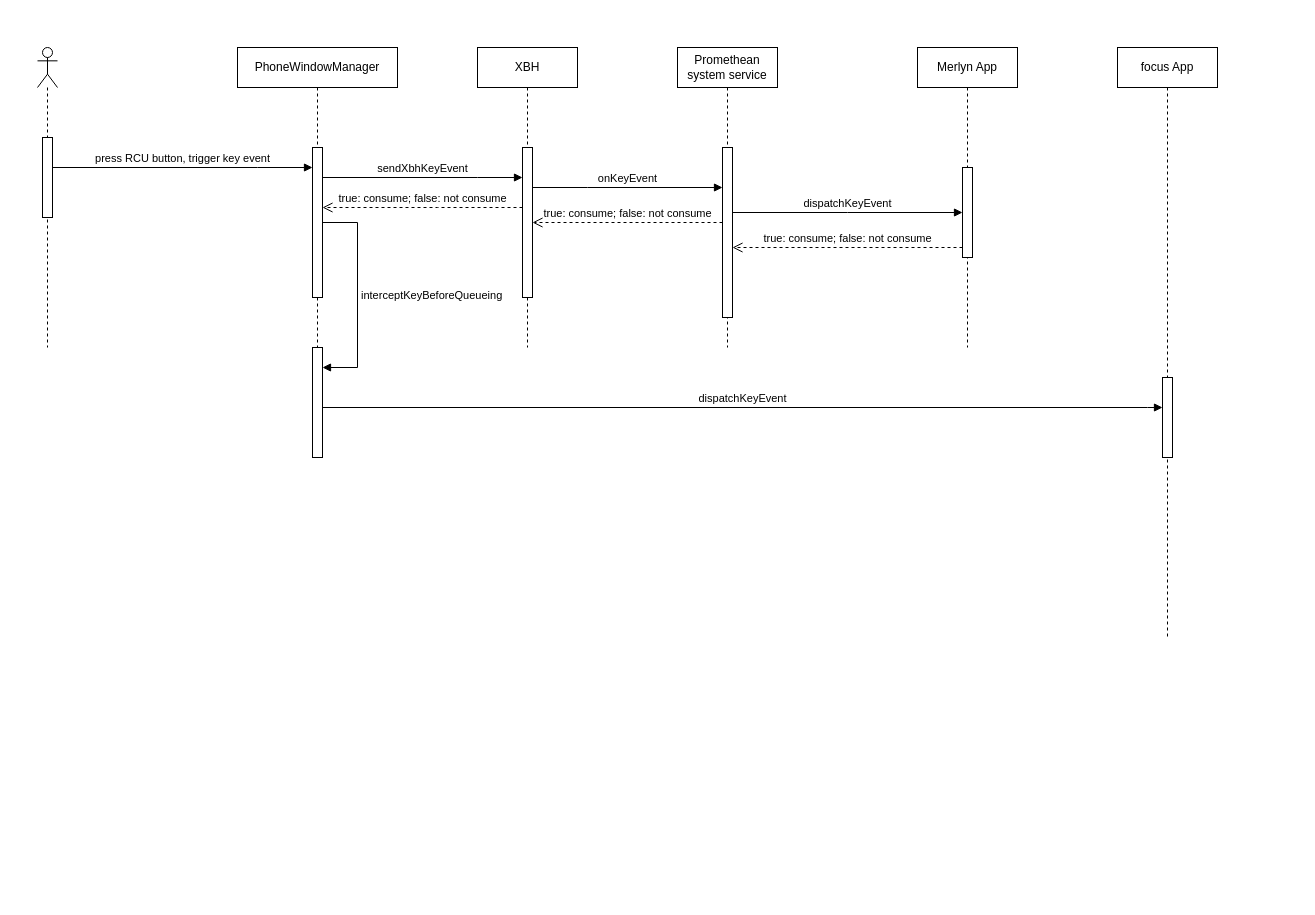
This is prometheanworld_RCU.drawio from windboat/draw.io, a draw.io file, before an edit. Source tidied: cells renumbered, new cells numbered last; positions are measured from the earlier drawing's top-left corner, leaving out a move shared by most shapes. Both pictures are drawn from the tidied source at 100%, with x=0, y=0 at pixel (37, 47).
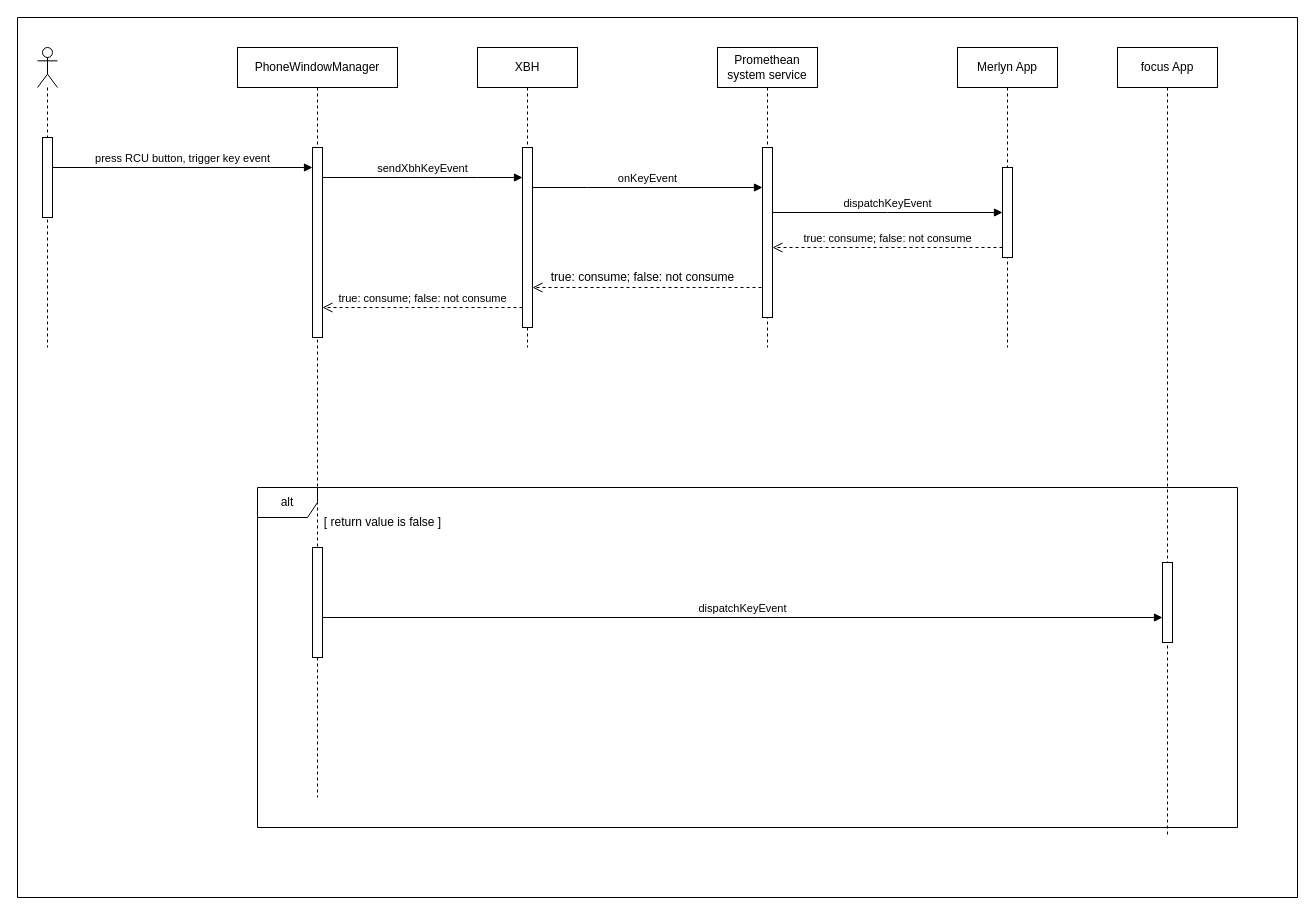
After the change.

The change refers to these unchanged cells:
```xml
<mxCell id="8" value="XBH" style="shape=umlLifeline;perimeter=lifelinePerimeter;whiteSpace=wrap;html=1;newEdgeStyle={&quot;edgeStyle&quot;:&quot;elbowEdgeStyle&quot;,&quot;elbow&quot;:&quot;vertical&quot;,&quot;curved&quot;:0,&quot;rounded&quot;:0};" parent="1" vertex="1">
  <mxGeometry x="440" width="100" height="300" as="geometry" />
</mxCell>
```

Change to the diagram source:
```diff
@@
     <mxCell id="2" value="PhoneWindowManager" style="shape=umlLifeline;perimeter=lifelinePerimeter;whiteSpace=wrap;html=1;newEdgeStyle={&quot;edgeStyle&quot;:&quot;elbowEdgeStyle&quot;,&quot;elbow&quot;:&quot;vertical&quot;,&quot;curved&quot;:0,&quot;rounded&quot;:0};" parent="1" vertex="1">
-      <mxGeometry x="200" width="160" height="300" as="geometry" />
+      <mxGeometry x="200" width="160" height="750" as="geometry" />
     </mxCell>
     <mxCell id="3" style="html=1;points=[];perimeter=orthogonalPerimeter;outlineConnect=0;targetShapes=umlLifeline;portConstraint=eastwest;newEdgeStyle={&quot;edgeStyle&quot;:&quot;elbowEdgeStyle&quot;,&quot;elbow&quot;:&quot;vertical&quot;,&quot;curved&quot;:0,&quot;rounded&quot;:0};" parent="2" vertex="1">
-      <mxGeometry x="75" y="100" width="10" height="150" as="geometry" />
+      <mxGeometry x="75" y="100" width="10" height="190" as="geometry" />
     </mxCell>
@@
     <mxCell id="9" style="html=1;points=[];perimeter=orthogonalPerimeter;outlineConnect=0;targetShapes=umlLifeline;portConstraint=eastwest;newEdgeStyle={&quot;edgeStyle&quot;:&quot;elbowEdgeStyle&quot;,&quot;elbow&quot;:&quot;vertical&quot;,&quot;curved&quot;:0,&quot;rounded&quot;:0};" parent="8" vertex="1">
-      <mxGeometry x="45" y="100" width="10" height="150" as="geometry" />
+      <mxGeometry x="45" y="100" width="10" height="180" as="geometry" />
     </mxCell>
@@
     <mxCell id="11" value="true: consume; false: not consume" style="html=1;verticalAlign=bottom;endArrow=open;dashed=1;endSize=8;edgeStyle=elbowEdgeStyle;elbow=vertical;curved=0;rounded=0;" parent="1" edge="1" source="9" target="3">
       <mxGeometry relative="1" as="geometry">
         <Array as="points">
+          <mxPoint x="390" y="260" />
+          <mxPoint x="370" y="230" />
           <mxPoint x="400" y="160" />
         </Array>
       </mxGeometry>
     </mxCell>
     <mxCell id="12" style="html=1;points=[];perimeter=orthogonalPerimeter;outlineConnect=0;targetShapes=umlLifeline;portConstraint=eastwest;newEdgeStyle={&quot;edgeStyle&quot;:&quot;elbowEdgeStyle&quot;,&quot;elbow&quot;:&quot;vertical&quot;,&quot;curved&quot;:0,&quot;rounded&quot;:0};" parent="1" vertex="1">
-      <mxGeometry x="275" y="300" width="10" height="110" as="geometry" />
+      <mxGeometry x="275" y="500" width="10" height="110" as="geometry" />
     </mxCell>
-    <mxCell id="13" value="interceptKeyBeforeQueueing" style="html=1;align=left;spacingLeft=2;endArrow=block;rounded=0;edgeStyle=orthogonalEdgeStyle;curved=0;rounded=0;" parent="1" edge="1" source="3" target="12">
-      <mxGeometry relative="1" as="geometry">
-        <Array as="points">
-          <mxPoint x="320" y="175" />
-          <mxPoint x="320" y="320" />
-        </Array>
-      </mxGeometry>
-    </mxCell>
     <mxCell id="14" value="Promethean system service" style="shape=umlLifeline;perimeter=lifelinePerimeter;whiteSpace=wrap;html=1;newEdgeStyle={&quot;edgeStyle&quot;:&quot;elbowEdgeStyle&quot;,&quot;elbow&quot;:&quot;vertical&quot;,&quot;curved&quot;:0,&quot;rounded&quot;:0};" parent="1" vertex="1">
-      <mxGeometry x="640" width="100" height="300" as="geometry" />
+      <mxGeometry x="680" width="100" height="300" as="geometry" />
     </mxCell>
@@
-    <mxCell id="16" value="true: consume; false: not consume" style="html=1;verticalAlign=bottom;endArrow=open;dashed=1;endSize=8;edgeStyle=elbowEdgeStyle;elbow=vertical;curved=0;rounded=0;" parent="14" edge="1" target="9">
+    <mxCell id="16" style="html=1;verticalAlign=bottom;endArrow=open;dashed=1;endSize=8;edgeStyle=elbowEdgeStyle;elbow=vertical;curved=0;rounded=0;" parent="14" edge="1" target="9">
       <mxGeometry relative="1" as="geometry">
         <mxPoint x="45" y="175" as="sourcePoint" />
+        <Array as="points">
+          <mxPoint x="-60" y="240" />
+          <mxPoint x="-60" y="210" />
+        </Array>
       </mxGeometry>
     </mxCell>
@@
     <mxCell id="18" value="Merlyn App" style="shape=umlLifeline;perimeter=lifelinePerimeter;whiteSpace=wrap;html=1;newEdgeStyle={&quot;edgeStyle&quot;:&quot;elbowEdgeStyle&quot;,&quot;elbow&quot;:&quot;vertical&quot;,&quot;curved&quot;:0,&quot;rounded&quot;:0};" parent="1" vertex="1">
-      <mxGeometry x="880" width="100" height="300" as="geometry" />
+      <mxGeometry x="920" width="100" height="300" as="geometry" />
     </mxCell>
@@
     <mxCell id="20" value="focus App" style="shape=umlLifeline;perimeter=lifelinePerimeter;whiteSpace=wrap;html=1;newEdgeStyle={&quot;edgeStyle&quot;:&quot;elbowEdgeStyle&quot;,&quot;elbow&quot;:&quot;vertical&quot;,&quot;curved&quot;:0,&quot;rounded&quot;:0};" parent="1" vertex="1">
-      <mxGeometry x="1080" width="100" height="590" as="geometry" />
+      <mxGeometry x="1080" width="100" height="790" as="geometry" />
     </mxCell>
     <mxCell id="21" style="html=1;points=[];perimeter=orthogonalPerimeter;outlineConnect=0;targetShapes=umlLifeline;portConstraint=eastwest;newEdgeStyle={&quot;edgeStyle&quot;:&quot;elbowEdgeStyle&quot;,&quot;elbow&quot;:&quot;vertical&quot;,&quot;curved&quot;:0,&quot;rounded&quot;:0};" parent="20" vertex="1">
-      <mxGeometry x="45" y="330" width="10" height="80" as="geometry" />
+      <mxGeometry x="45" y="515" width="10" height="80" as="geometry" />
     </mxCell>
@@
     <mxCell id="24" value="dispatchKeyEvent" style="html=1;verticalAlign=bottom;endArrow=block;edgeStyle=elbowEdgeStyle;elbow=vertical;curved=0;rounded=0;" parent="1" edge="1" source="12" target="21">
       <mxGeometry relative="1" as="geometry">
         <Array as="points">
-          <mxPoint x="1110" y="360" />
+          <mxPoint x="720" y="570" />
         </Array>
       </mxGeometry>
     </mxCell>
+    <mxCell id="25" value="alt" style="shape=umlFrame;whiteSpace=wrap;html=1;" parent="1" vertex="1">
+      <mxGeometry x="220" y="440" width="980" height="340" as="geometry" />
+    </mxCell>
+    <mxCell id="26" value="[ return value is false ]" style="text;html=1;align=center;verticalAlign=middle;strokeColor=none;fillColor=none;" parent="1" vertex="1">
+      <mxGeometry x="275" y="460" width="140" height="30" as="geometry" />
+    </mxCell>
+    <mxCell id="27" value="true: consume; false: not consume" style="text;html=1;align=center;verticalAlign=middle;strokeColor=none;fillColor=none;" parent="1" vertex="1">
+      <mxGeometry x="500" y="215" width="210" height="30" as="geometry" />
+    </mxCell>
+    <mxCell id="28" style="swimlane;startSize=0;fillStyle=auto;strokeColor=default;gradientColor=default;" parent="1" vertex="1">
+      <mxGeometry x="-20" y="-30" width="1280" height="880" as="geometry" />
+    </mxCell>
```
